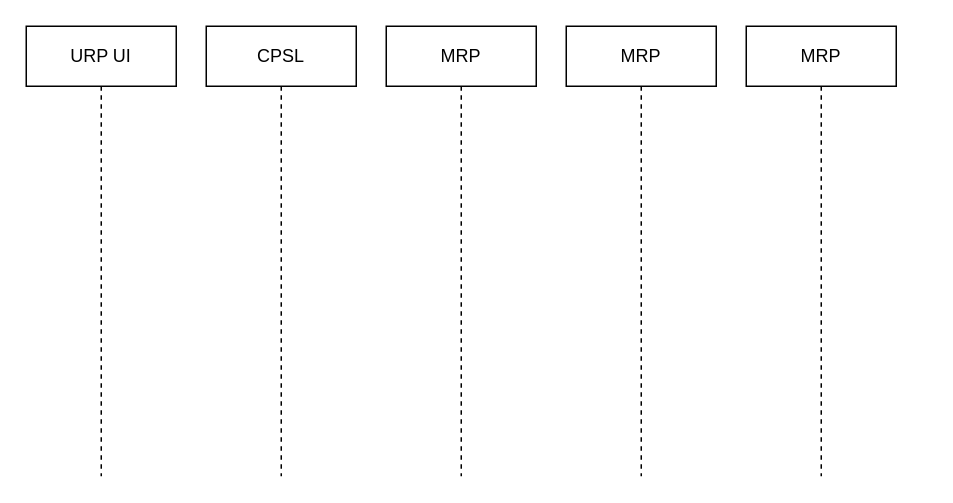
sriramkomanduri/TestProject keeps this draw.io diagram as page "System flow" (1 of 3) of URP sequence diagram.drawio. Above is the earlier version. Source tidied: cells renumbered, new cells numbered last; positions are measured from the earlier drawing's top-left corner, leaving out a move shared by most shapes. Both pictures are drawn from the tidied source at 150%, with x=0, y=0 at pixel (26, 26).
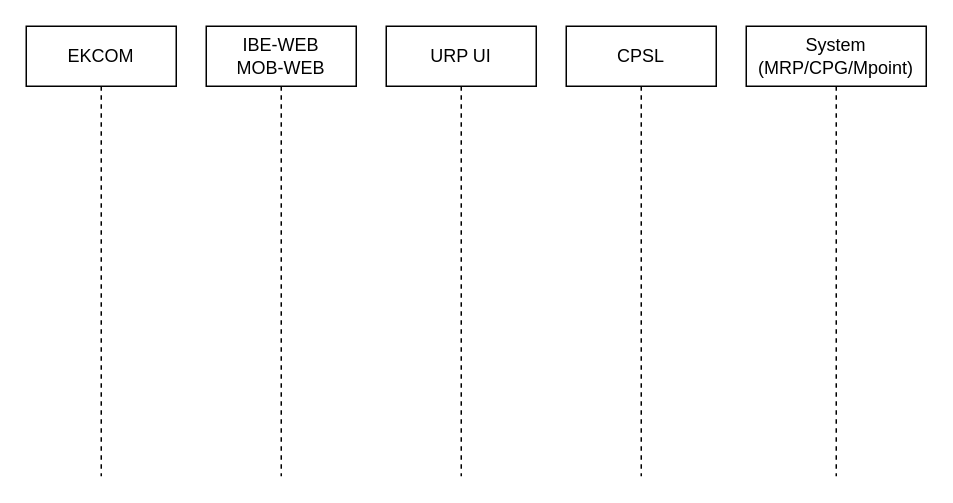
After the change.

Change to the diagram source:
```diff
@@
 <mxGraphModel>
   <root>
     <mxCell id="0" />
     <mxCell id="1" parent="0" />
-    <mxCell id="2" value="URP UI" style="shape=umlLifeline;perimeter=lifelinePerimeter;whiteSpace=wrap;html=1;" parent="1" vertex="1">
+    <mxCell id="2" value="EKCOM" style="shape=umlLifeline;perimeter=lifelinePerimeter;whiteSpace=wrap;html=1;" parent="1" vertex="1">
       <mxGeometry width="100" height="300" as="geometry" />
     </mxCell>
-    <mxCell id="3" value="CPSL" style="shape=umlLifeline;perimeter=lifelinePerimeter;whiteSpace=wrap;html=1;" parent="1" vertex="1">
+    <mxCell id="3" value="IBE-WEB&lt;br&gt;MOB-WEB&lt;br&gt;" style="shape=umlLifeline;perimeter=lifelinePerimeter;whiteSpace=wrap;html=1;" parent="1" vertex="1">
       <mxGeometry x="120" width="100" height="300" as="geometry" />
     </mxCell>
-    <mxCell id="4" value="MRP" style="shape=umlLifeline;perimeter=lifelinePerimeter;whiteSpace=wrap;html=1;" parent="1" vertex="1">
+    <mxCell id="4" value="URP UI" style="shape=umlLifeline;perimeter=lifelinePerimeter;whiteSpace=wrap;html=1;" parent="1" vertex="1">
       <mxGeometry x="240" width="100" height="300" as="geometry" />
     </mxCell>
-    <mxCell id="5" value="MRP" style="shape=umlLifeline;perimeter=lifelinePerimeter;whiteSpace=wrap;html=1;" parent="1" vertex="1">
+    <mxCell id="5" value="CPSL" style="shape=umlLifeline;perimeter=lifelinePerimeter;whiteSpace=wrap;html=1;" parent="1" vertex="1">
       <mxGeometry x="360" width="100" height="300" as="geometry" />
     </mxCell>
-    <mxCell id="6" value="MRP" style="shape=umlLifeline;perimeter=lifelinePerimeter;whiteSpace=wrap;html=1;" parent="1" vertex="1">
-      <mxGeometry x="480" width="100" height="300" as="geometry" />
+    <mxCell id="6" value="System&lt;br&gt;(MRP/CPG/Mpoint)&lt;br&gt;" style="shape=umlLifeline;perimeter=lifelinePerimeter;whiteSpace=wrap;html=1;" parent="1" vertex="1">
+      <mxGeometry x="480" width="120" height="300" as="geometry" />
     </mxCell>
   </root>
 </mxGraphModel>
```
